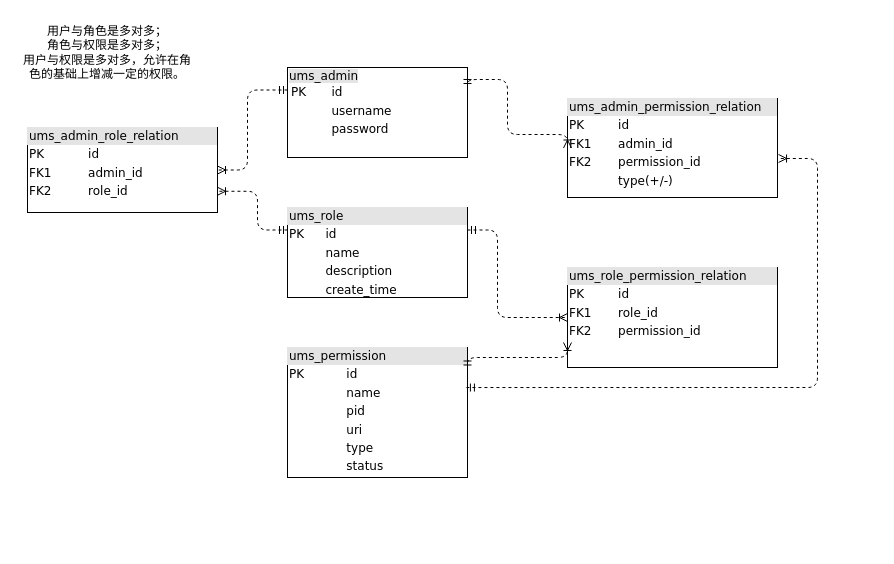
yyl4ever/daily-dev-graph keeps this draw.io diagram as user_role_permission.drawio. Above is the earlier version. Source tidied: cells renumbered, new cells numbered last; positions are measured from the earlier drawing's top-left corner, leaving out a move shared by most shapes. Both pictures are drawn from the tidied source at 100%, with x=0, y=0 at pixel (17, 17).
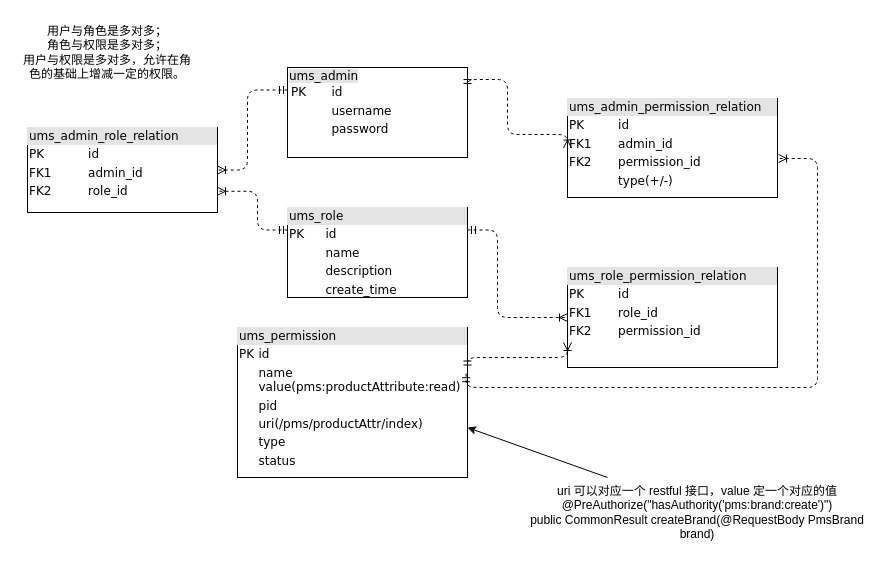
The same page after the edit.

What changed in the source:
```diff
@@
-    <mxCell id="4" value="&lt;div style=&quot;box-sizing: border-box ; width: 100% ; background: #e4e4e4 ; padding: 2px&quot;&gt;ums_permission&lt;/div&gt;&lt;table style=&quot;width: 100% ; font-size: 1em&quot; cellpadding=&quot;2&quot; cellspacing=&quot;0&quot;&gt;&lt;tbody&gt;&lt;tr&gt;&lt;td&gt;PK&lt;/td&gt;&lt;td&gt;id&lt;/td&gt;&lt;/tr&gt;&lt;tr&gt;&lt;td&gt;&lt;br&gt;&lt;/td&gt;&lt;td&gt;name&lt;/td&gt;&lt;/tr&gt;&lt;tr&gt;&lt;td&gt;&lt;/td&gt;&lt;td&gt;pid&lt;/td&gt;&lt;/tr&gt;&lt;tr&gt;&lt;td&gt;&lt;br&gt;&lt;/td&gt;&lt;td&gt;uri&lt;br&gt;&lt;/td&gt;&lt;/tr&gt;&lt;tr&gt;&lt;td&gt;&lt;br&gt;&lt;/td&gt;&lt;td&gt;type&lt;br&gt;&lt;/td&gt;&lt;/tr&gt;&lt;tr&gt;&lt;td&gt;&lt;br&gt;&lt;/td&gt;&lt;td&gt;status&lt;br&gt;&lt;/td&gt;&lt;/tr&gt;&lt;/tbody&gt;&lt;/table&gt;" style="verticalAlign=top;align=left;overflow=fill;html=1;rounded=0;shadow=0;comic=0;labelBackgroundColor=none;strokeColor=#000000;strokeWidth=1;fillColor=#ffffff;fontFamily=Verdana;fontSize=12;fontColor=#000000;" parent="1" vertex="1">
-      <mxGeometry x="270" y="330" width="180" height="130" as="geometry" />
+    <mxCell id="4" value="&lt;div style=&quot;box-sizing: border-box ; width: 100% ; background: #e4e4e4 ; padding: 2px&quot;&gt;ums_permission&lt;/div&gt;&lt;table style=&quot;width: 100% ; font-size: 1em&quot; cellpadding=&quot;2&quot; cellspacing=&quot;0&quot;&gt;&lt;tbody&gt;&lt;tr&gt;&lt;td&gt;PK&lt;/td&gt;&lt;td&gt;id&lt;/td&gt;&lt;/tr&gt;&lt;tr&gt;&lt;td&gt;&lt;br&gt;&lt;/td&gt;&lt;td&gt;name&lt;br&gt;value(pms:productAttribute:read)&lt;/td&gt;&lt;/tr&gt;&lt;tr&gt;&lt;td&gt;&lt;/td&gt;&lt;td&gt;pid&lt;/td&gt;&lt;/tr&gt;&lt;tr&gt;&lt;td&gt;&lt;br&gt;&lt;/td&gt;&lt;td&gt;uri(/pms/productAttr/index)&lt;br&gt;&lt;/td&gt;&lt;/tr&gt;&lt;tr&gt;&lt;td&gt;&lt;br&gt;&lt;/td&gt;&lt;td&gt;type&lt;br&gt;&lt;/td&gt;&lt;/tr&gt;&lt;tr&gt;&lt;td&gt;&lt;br&gt;&lt;/td&gt;&lt;td&gt;status&lt;br&gt;&lt;/td&gt;&lt;/tr&gt;&lt;/tbody&gt;&lt;/table&gt;" style="verticalAlign=top;align=left;overflow=fill;html=1;rounded=0;shadow=0;comic=0;labelBackgroundColor=none;strokeColor=#000000;strokeWidth=1;fillColor=#ffffff;fontFamily=Verdana;fontSize=12;fontColor=#000000;" parent="1" vertex="1">
+      <mxGeometry x="220" y="310" width="230" height="150" as="geometry" />
     </mxCell>
@@
+    <mxCell id="15" value="uri 可以对应一个 restful 接口，value 定一个对应的值&lt;br&gt;&lt;div&gt;@PreAuthorize(&quot;hasAuthority('pms:brand:create')&quot;)&lt;/div&gt;&lt;div&gt;public CommonResult createBrand(@RequestBody PmsBrand brand)&lt;/div&gt;" style="text;html=1;strokeColor=none;fillColor=none;align=center;verticalAlign=middle;whiteSpace=wrap;rounded=0;" parent="1" vertex="1">
+      <mxGeometry x="500" y="460" width="360" height="70" as="geometry" />
+    </mxCell>
+    <mxCell id="16" style="endArrow=classic;html=1;exitX=0.25;exitY=0;exitDx=0;exitDy=0;entryX=1;entryY=0.667;entryDx=0;entryDy=0;entryPerimeter=0;" parent="1" edge="1" source="15" target="4">
+      <mxGeometry relative="1" as="geometry" />
+    </mxCell>
```
